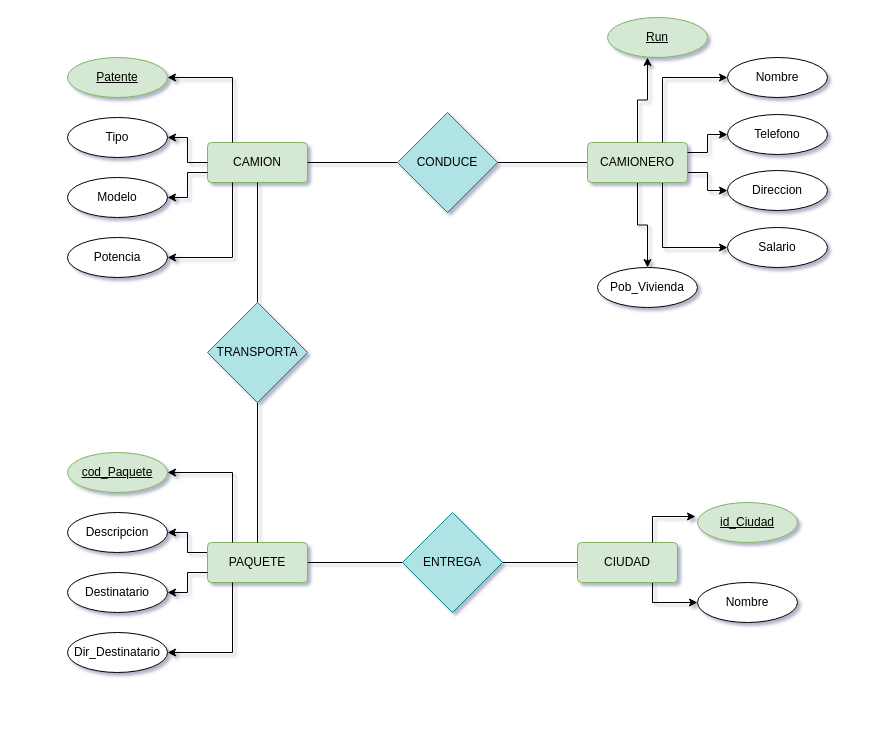
The draw.io diagram PrimerDiagrama2024_CFT.drawio in JoseAlberto13/JoseAlberto13, before the edit. Source tidied: cells renumbered, new cells numbered last; positions are measured from the earlier drawing's top-left corner, leaving out a move shared by most shapes. Both pictures are drawn from the tidied source at 100%, with x=0, y=0 at pixel (67, 17).
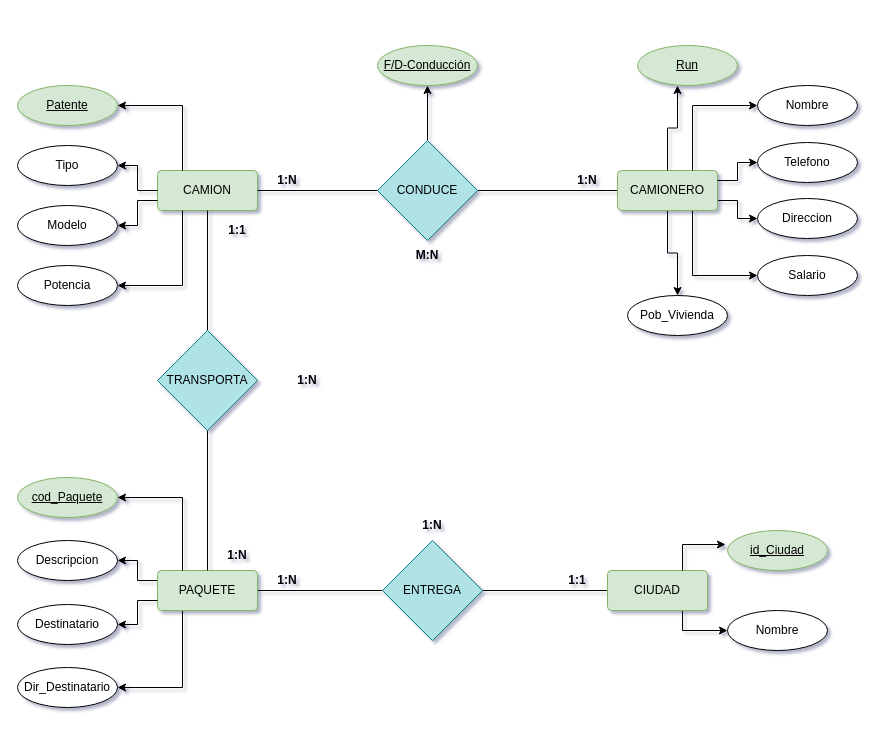
The same diagram, later.

Commit message:
Agregando Cardinalidades PrimerDiagrama2024_CFT.drawio

Diff of the diagram source:
```diff
@@
     <mxCell id="2" value="CAMION" style="rounded=1;arcSize=10;whiteSpace=wrap;html=1;align=center;fillColor=#d5e8d4;strokeColor=#82b366;" parent="1" vertex="1">
-      <mxGeometry x="140" y="125" width="100" height="40" as="geometry" />
+      <mxGeometry x="90" y="153" width="100" height="40" as="geometry" />
     </mxCell>
@@
-    <mxCell id="4" style="edgeStyle=orthogonalEdgeStyle;rounded=0;jettySize=auto;html=1;exitX=0;exitY=0.5;exitDx=0;exitDy=0;entryX=1;entryY=0.5;entryDx=0;entryDy=0;endArrow=none;endFill=0;flowAnimation=1;" parent="1" edge="1" source="5" target="42">
+    <mxCell id="4" style="edgeStyle=orthogonalEdgeStyle;rounded=0;jettySize=auto;html=1;exitX=1;exitY=0.5;exitDx=0;exitDy=0;entryX=0;entryY=0.5;entryDx=0;entryDy=0;endArrow=none;endFill=0;flowAnimation=1;" parent="1" edge="1" source="42" target="5">
       <mxGeometry relative="1" as="geometry" />
     </mxCell>
     <mxCell id="5" value="CIUDAD" style="rounded=1;arcSize=10;whiteSpace=wrap;html=1;align=center;fillColor=#d5e8d4;strokeColor=#82b366;" parent="1" vertex="1">
-      <mxGeometry x="510" y="525" width="100" height="40" as="geometry" />
+      <mxGeometry x="540" y="553" width="100" height="40" as="geometry" />
     </mxCell>
@@
     <mxCell id="10" value="CAMIONERO" style="rounded=1;arcSize=10;whiteSpace=wrap;html=1;align=center;fillColor=#d5e8d4;strokeColor=#82b366;" parent="1" vertex="1">
-      <mxGeometry x="520" y="125" width="100" height="40" as="geometry" />
+      <mxGeometry x="550" y="153" width="100" height="40" as="geometry" />
     </mxCell>
@@
+    <mxCell id="20" style="edgeStyle=orthogonalEdgeStyle;rounded=0;jettySize=auto;html=1;exitX=0.25;exitY=1;exitDx=0;exitDy=0;entryX=1;entryY=0.5;entryDx=0;entryDy=0;" parent="1" edge="1" source="13" target="21">
+      <mxGeometry relative="1" as="geometry" />
+    </mxCell>
     <mxCell id="13" value="PAQUETE" style="rounded=1;arcSize=10;whiteSpace=wrap;html=1;align=center;fillColor=#d5e8d4;strokeColor=#82b366;" parent="1" vertex="1">
-      <mxGeometry x="140" y="525" width="100" height="40" as="geometry" />
+      <mxGeometry x="90" y="553" width="100" height="40" as="geometry" />
     </mxCell>
-    <mxCell id="14" style="edgeStyle=orthogonalEdgeStyle;rounded=0;jettySize=auto;html=1;exitX=0.25;exitY=0;exitDx=0;exitDy=0;entryX=1;entryY=0.5;entryDx=0;entryDy=0;" parent="1" edge="1" source="2" target="15">
+    <mxCell id="14" style="edgeStyle=orthogonalEdgeStyle;rounded=0;jettySize=auto;html=1;exitX=0.25;exitY=0;exitDx=0;exitDy=0;entryX=1;entryY=0.5;entryDx=0;entryDy=0;flowAnimation=0;" parent="1" edge="1" source="2" target="15">
       <mxGeometry relative="1" as="geometry" />
     </mxCell>
     <mxCell id="15" value="Patente" style="ellipse;whiteSpace=wrap;html=1;align=center;fontStyle=4;fillColor=#d5e8d4;strokeColor=#82b366;" parent="1" vertex="1">
-      <mxGeometry y="40" width="100" height="40" as="geometry" />
+      <mxGeometry x="-50" y="68" width="100" height="40" as="geometry" />
     </mxCell>
@@
     <mxCell id="17" value="Tipo" style="ellipse;whiteSpace=wrap;html=1;align=center;" parent="1" vertex="1">
-      <mxGeometry y="100" width="100" height="40" as="geometry" />
+      <mxGeometry x="-50" y="128" width="100" height="40" as="geometry" />
     </mxCell>
@@
     <mxCell id="19" value="Modelo" style="ellipse;whiteSpace=wrap;html=1;align=center;" parent="1" vertex="1">
-      <mxGeometry y="160" width="100" height="40" as="geometry" />
+      <mxGeometry x="-50" y="188" width="100" height="40" as="geometry" />
     </mxCell>
-    <mxCell id="20" style="edgeStyle=orthogonalEdgeStyle;rounded=0;jettySize=auto;html=1;exitX=0.25;exitY=1;exitDx=0;exitDy=0;entryX=1;entryY=0.5;entryDx=0;entryDy=0;" parent="1" edge="1" source="13" target="21">
-      <mxGeometry relative="1" as="geometry" />
-    </mxCell>
     <mxCell id="21" value="Dir_Destinatario" style="ellipse;whiteSpace=wrap;html=1;align=center;" parent="1" vertex="1">
-      <mxGeometry y="615" width="100" height="40" as="geometry" />
+      <mxGeometry x="-50" y="650" width="100" height="40" as="geometry" />
     </mxCell>
@@
     <mxCell id="23" value="Destinatario" style="ellipse;whiteSpace=wrap;html=1;align=center;" parent="1" vertex="1">
-      <mxGeometry y="555" width="100" height="40" as="geometry" />
+      <mxGeometry x="-50" y="587" width="100" height="40" as="geometry" />
     </mxCell>
     <mxCell id="24" value="Descripcion" style="ellipse;whiteSpace=wrap;html=1;align=center;" parent="1" vertex="1">
-      <mxGeometry y="495" width="100" height="40" as="geometry" />
+      <mxGeometry x="-50" y="523" width="100" height="40" as="geometry" />
     </mxCell>
@@
     <mxCell id="26" value="Potencia" style="ellipse;whiteSpace=wrap;html=1;align=center;" parent="1" vertex="1">
-      <mxGeometry y="220" width="100" height="40" as="geometry" />
+      <mxGeometry x="-50" y="248" width="100" height="40" as="geometry" />
     </mxCell>
     <mxCell id="27" value="cod_Paquete" style="ellipse;whiteSpace=wrap;html=1;align=center;fontStyle=4;fillColor=#d5e8d4;strokeColor=#82b366;" parent="1" vertex="1">
-      <mxGeometry y="435" width="100" height="40" as="geometry" />
+      <mxGeometry x="-50" y="460" width="100" height="40" as="geometry" />
     </mxCell>
     <mxCell id="28" value="Nombre" style="ellipse;whiteSpace=wrap;html=1;align=center;flipV=1;flipH=1;" parent="1" vertex="1">
-      <mxGeometry x="660" y="40" width="100" height="40" as="geometry" />
+      <mxGeometry x="690" y="68" width="100" height="40" as="geometry" />
     </mxCell>
     <mxCell id="29" value="Run" style="ellipse;whiteSpace=wrap;html=1;align=center;fontStyle=4;fillColor=#d5e8d4;strokeColor=#82b366;" parent="1" vertex="1">
-      <mxGeometry x="540" width="100" height="40" as="geometry" />
+      <mxGeometry x="570" y="28" width="100" height="40" as="geometry" />
     </mxCell>
     <mxCell id="30" value="Direccion" style="ellipse;whiteSpace=wrap;html=1;align=center;flipV=1;flipH=1;" parent="1" vertex="1">
-      <mxGeometry x="660" y="153" width="100" height="40" as="geometry" />
+      <mxGeometry x="690" y="181" width="100" height="40" as="geometry" />
     </mxCell>
     <mxCell id="31" value="Telefono" style="ellipse;whiteSpace=wrap;html=1;align=center;flipV=1;flipH=1;" parent="1" vertex="1">
-      <mxGeometry x="660" y="97" width="100" height="40" as="geometry" />
+      <mxGeometry x="690" y="125" width="100" height="40" as="geometry" />
     </mxCell>
     <mxCell id="32" value="Salario" style="ellipse;whiteSpace=wrap;html=1;align=center;flipV=1;flipH=1;" parent="1" vertex="1">
-      <mxGeometry x="660" y="210" width="100" height="40" as="geometry" />
+      <mxGeometry x="690" y="238" width="100" height="40" as="geometry" />
     </mxCell>
     <mxCell id="33" value="Pob_Vivienda" style="ellipse;whiteSpace=wrap;html=1;align=center;" parent="1" vertex="1">
-      <mxGeometry x="530" y="250" width="100" height="40" as="geometry" />
+      <mxGeometry x="560" y="278" width="100" height="40" as="geometry" />
     </mxCell>
     <mxCell id="34" value="id_Ciudad" style="ellipse;whiteSpace=wrap;html=1;align=center;fillColor=#d5e8d4;strokeColor=#82b366;fontStyle=4;gradientColor=none;" parent="1" vertex="1">
-      <mxGeometry x="630" y="485" width="100" height="40" as="geometry" />
+      <mxGeometry x="660" y="513" width="100" height="40" as="geometry" />
     </mxCell>
     <mxCell id="35" value="Nombre" style="ellipse;whiteSpace=wrap;html=1;align=center;" parent="1" vertex="1">
-      <mxGeometry x="630" y="565" width="100" height="40" as="geometry" />
+      <mxGeometry x="660" y="593" width="100" height="40" as="geometry" />
     </mxCell>
@@
-    <mxCell id="38" style="edgeStyle=orthogonalEdgeStyle;rounded=0;jettySize=auto;html=1;exitX=0.5;exitY=0;exitDx=0;exitDy=0;entryX=0.4;entryY=1;entryDx=0;entryDy=0;entryPerimeter=0;" parent="1" edge="1" source="10" target="29">
+    <mxCell id="38" style="edgeStyle=orthogonalEdgeStyle;rounded=0;jettySize=auto;html=1;exitX=0.5;exitY=0;exitDx=0;exitDy=0;entryX=0.4;entryY=1;entryDx=0;entryDy=0;entryPerimeter=0;flowAnimation=0;" parent="1" edge="1" source="10" target="29">
       <mxGeometry relative="1" as="geometry" />
     </mxCell>
@@
-    <mxCell id="40" style="edgeStyle=orthogonalEdgeStyle;rounded=0;jettySize=auto;html=1;exitX=1;exitY=0.5;exitDx=0;exitDy=0;entryX=0;entryY=0.5;entryDx=0;entryDy=0;endArrow=none;endFill=0;flowAnimation=1;" parent="1" edge="1" source="2" target="41">
+    <mxCell id="40" style="edgeStyle=orthogonalEdgeStyle;rounded=0;jettySize=auto;html=1;exitX=0;exitY=0.5;exitDx=0;exitDy=0;entryX=1;entryY=0.5;entryDx=0;entryDy=0;endArrow=none;endFill=0;flowAnimation=1;" parent="1" edge="1" source="41" target="2">
       <mxGeometry relative="1" as="geometry" />
     </mxCell>
+    <mxCell id="47" style="edgeStyle=orthogonalEdgeStyle;rounded=0;jettySize=auto;html=1;exitX=0.5;exitY=0;exitDx=0;exitDy=0;entryX=0.5;entryY=1;entryDx=0;entryDy=0;" parent="1" edge="1" source="41" target="57">
+      <mxGeometry relative="1" as="geometry" />
+    </mxCell>
     <mxCell id="41" value="CONDUCE" style="rhombus;whiteSpace=wrap;html=1;fillColor=#b0e3e6;strokeColor=#0e8088;" parent="1" vertex="1">
-      <mxGeometry x="330" y="95" width="100" height="100" as="geometry" />
+      <mxGeometry x="310" y="123" width="100" height="100" as="geometry" />
     </mxCell>
     <mxCell id="42" value="ENTREGA" style="rhombus;whiteSpace=wrap;html=1;fillColor=#b0e3e6;strokeColor=#0e8088;" parent="1" vertex="1">
-      <mxGeometry x="335" y="495" width="100" height="100" as="geometry" />
+      <mxGeometry x="315" y="523" width="100" height="100" as="geometry" />
     </mxCell>
-    <mxCell id="43" style="edgeStyle=orthogonalEdgeStyle;rounded=0;jettySize=auto;html=1;exitX=0.5;exitY=0;exitDx=0;exitDy=0;entryX=0.5;entryY=1;entryDx=0;entryDy=0;endArrow=none;endFill=0;flowAnimation=1;" parent="1" edge="1" source="45" target="2">
+    <mxCell id="43" style="edgeStyle=orthogonalEdgeStyle;rounded=0;jettySize=auto;html=1;exitX=0.5;exitY=1;exitDx=0;exitDy=0;entryX=0.5;entryY=0;entryDx=0;entryDy=0;endArrow=none;endFill=0;flowAnimation=1;" parent="1" edge="1" source="2" target="45">
       <mxGeometry relative="1" as="geometry" />
     </mxCell>
@@
     <mxCell id="45" value="TRANSPORTA" style="rhombus;whiteSpace=wrap;html=1;fillColor=#b0e3e6;strokeColor=#0e8088;" parent="1" vertex="1">
-      <mxGeometry x="140" y="285" width="100" height="100" as="geometry" />
+      <mxGeometry x="90" y="313" width="100" height="100" as="geometry" />
     </mxCell>
@@
+    <mxCell id="48" value="&lt;b&gt;1:1&lt;/b&gt;" style="text;html=1;align=center;verticalAlign=middle;whiteSpace=wrap;rounded=0;" parent="1" vertex="1">
+      <mxGeometry x="480" y="548" width="60" height="30" as="geometry" />
+    </mxCell>
+    <mxCell id="49" value="&lt;b&gt;1:N&lt;/b&gt;" style="text;html=1;align=center;verticalAlign=middle;whiteSpace=wrap;rounded=0;" parent="1" vertex="1">
+      <mxGeometry x="190" y="548" width="60" height="30" as="geometry" />
+    </mxCell>
+    <mxCell id="50" value="&lt;b&gt;1:N&lt;/b&gt;" style="text;html=1;align=center;verticalAlign=middle;whiteSpace=wrap;rounded=0;" parent="1" vertex="1">
+      <mxGeometry x="335" y="493" width="60" height="30" as="geometry" />
+    </mxCell>
+    <mxCell id="51" value="&lt;b&gt;1:N&lt;/b&gt;" style="text;html=1;align=center;verticalAlign=middle;whiteSpace=wrap;rounded=0;" parent="1" vertex="1">
+      <mxGeometry x="210" y="348" width="60" height="30" as="geometry" />
+    </mxCell>
+    <mxCell id="52" value="&lt;b&gt;1:N&lt;/b&gt;" style="text;html=1;align=center;verticalAlign=middle;whiteSpace=wrap;rounded=0;" parent="1" vertex="1">
+      <mxGeometry x="140" y="523" width="60" height="30" as="geometry" />
+    </mxCell>
+    <mxCell id="53" value="&lt;b&gt;1:1&lt;/b&gt;" style="text;html=1;align=center;verticalAlign=middle;whiteSpace=wrap;rounded=0;" parent="1" vertex="1">
+      <mxGeometry x="140" y="198" width="60" height="30" as="geometry" />
+    </mxCell>
+    <mxCell id="54" value="&lt;b&gt;1:N&lt;/b&gt;" style="text;html=1;align=center;verticalAlign=middle;whiteSpace=wrap;rounded=0;" parent="1" vertex="1">
+      <mxGeometry x="190" y="148" width="60" height="30" as="geometry" />
+    </mxCell>
+    <mxCell id="55" value="&lt;b&gt;1:N&lt;/b&gt;" style="text;html=1;align=center;verticalAlign=middle;whiteSpace=wrap;rounded=0;" parent="1" vertex="1">
+      <mxGeometry x="490" y="148" width="60" height="30" as="geometry" />
+    </mxCell>
+    <mxCell id="56" value="&lt;b&gt;M:N&lt;/b&gt;" style="text;html=1;align=center;verticalAlign=middle;whiteSpace=wrap;rounded=0;" parent="1" vertex="1">
+      <mxGeometry x="330" y="223" width="60" height="30" as="geometry" />
+    </mxCell>
+    <mxCell id="57" value="F/D-Conducción" style="ellipse;whiteSpace=wrap;html=1;align=center;fontStyle=4;fillColor=#d5e8d4;strokeColor=#82b366;" parent="1" vertex="1">
+      <mxGeometry x="310" y="28" width="100" height="40" as="geometry" />
+    </mxCell>
```
